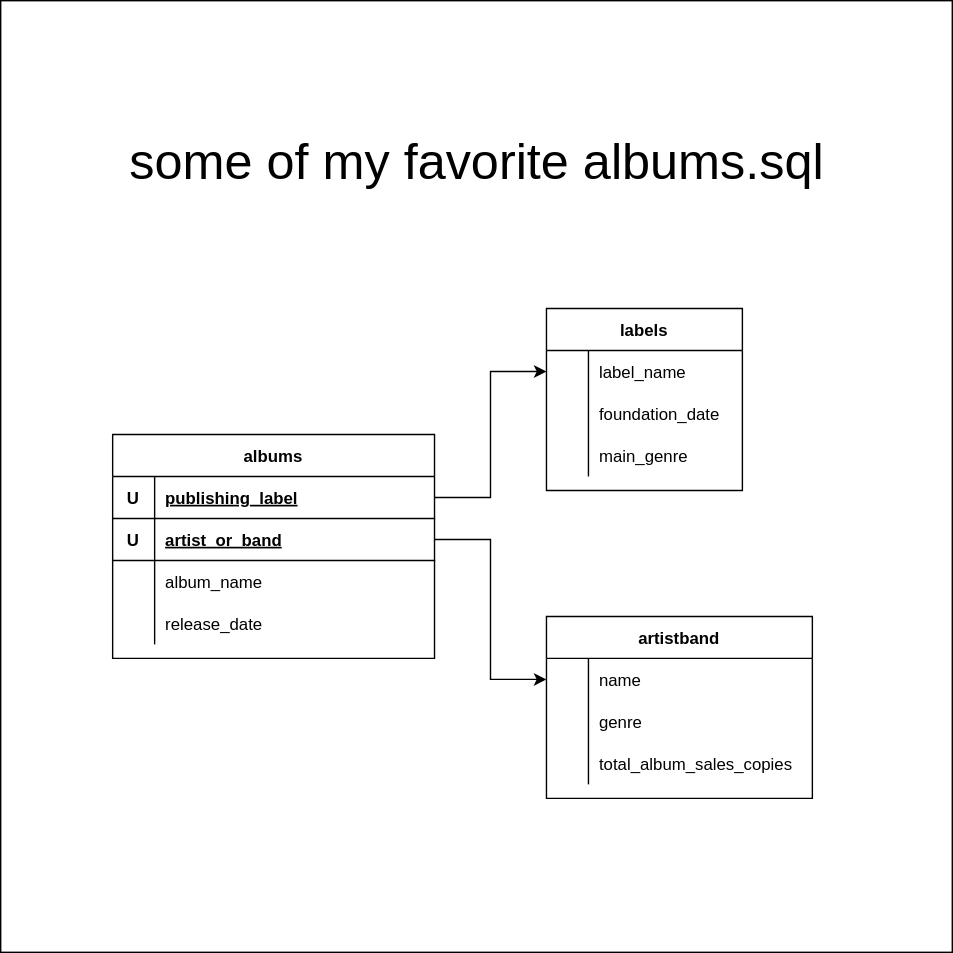
Before: Planning.svg, a diagram exported from draw.io (obedlaws/SQL-My-Some-Of-My-Albums). Source tidied: cells renumbered, new cells last; positions are measured from the earlier drawing's top-left corner, leaving out a move shared by most shapes.
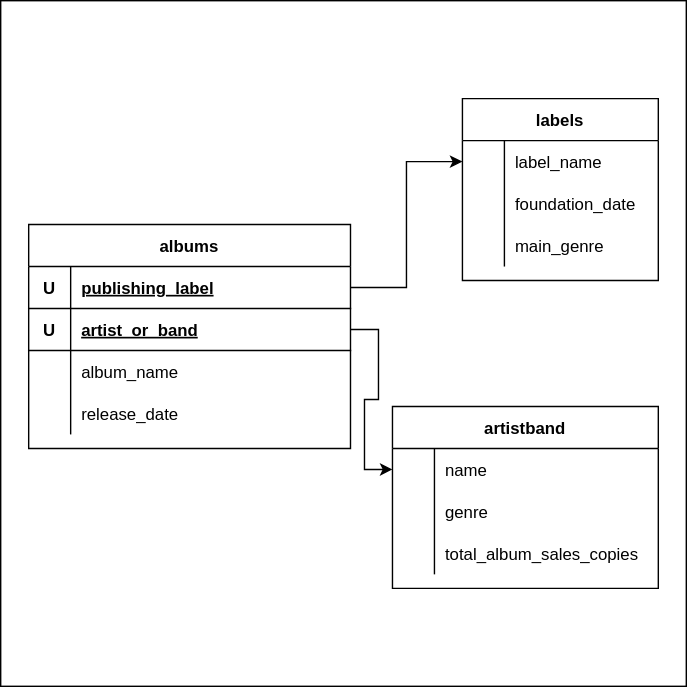
The same diagram one commit later.

Diff of the diagram source:
```diff
@@ -3,7 +3,7 @@
     <mxCell id="0" />
     <mxCell id="1" parent="0" />
     <mxCell id="2" style="whiteSpace=wrap;html=1;" parent="1" vertex="1">
-      <mxGeometry width="680" height="680" as="geometry" />
+      <mxGeometry x="60" y="150" width="490" height="490" as="geometry" />
     </mxCell>
     <mxCell id="3" value="albums" style="shape=table;startSize=30;rowLines=0;fontStyle=1;align=center;" parent="1" vertex="1">
       <mxGeometry x="80" y="310" width="230" height="160" as="geometry" />
@@ -75,7 +75,7 @@
       <mxGeometry x="30" width="110" height="30" as="geometry" />
     </mxCell>
     <mxCell id="26" value="artistband" style="shape=table;startSize=30;rowLines=0;fontStyle=1;align=center;" parent="1" vertex="1">
-      <mxGeometry x="390" y="440" width="190" height="130" as="geometry" />
+      <mxGeometry x="340" y="440" width="190" height="130" as="geometry" />
     </mxCell>
     <mxCell id="27" style="shape=tableRow;horizontal=0;startSize=0;swimlaneHead=0;swimlaneBody=0;fillColor=none;points=[[0,0.5],[1,0.5]];portConstraint=eastwest;top=0;left=0;right=0;bottom=0;" parent="26" vertex="1">
       <mxGeometry y="30" width="190" height="30" as="geometry" />
@@ -110,8 +110,5 @@
     <mxCell id="37" style="edgeStyle=orthogonalEdgeStyle;rounded=0;jettySize=auto;html=1;exitX=1;exitY=0.5;exitDx=0;exitDy=0;" parent="1" edge="1" source="4" target="17">
       <mxGeometry relative="1" as="geometry" />
     </mxCell>
-    <mxCell id="38" value="&lt;font style=&quot;font-size: 36px&quot;&gt;some of my favorite albums.sql&lt;/font&gt;" style="text;html=1;align=center;verticalAlign=middle;fillColor=none;strokeColor=none;rounded=0;" parent="1" vertex="1">
-      <mxGeometry x="85" y="100" width="510" height="30" as="geometry" />
-    </mxCell>
   </root>
 </mxGraphModel>
```
